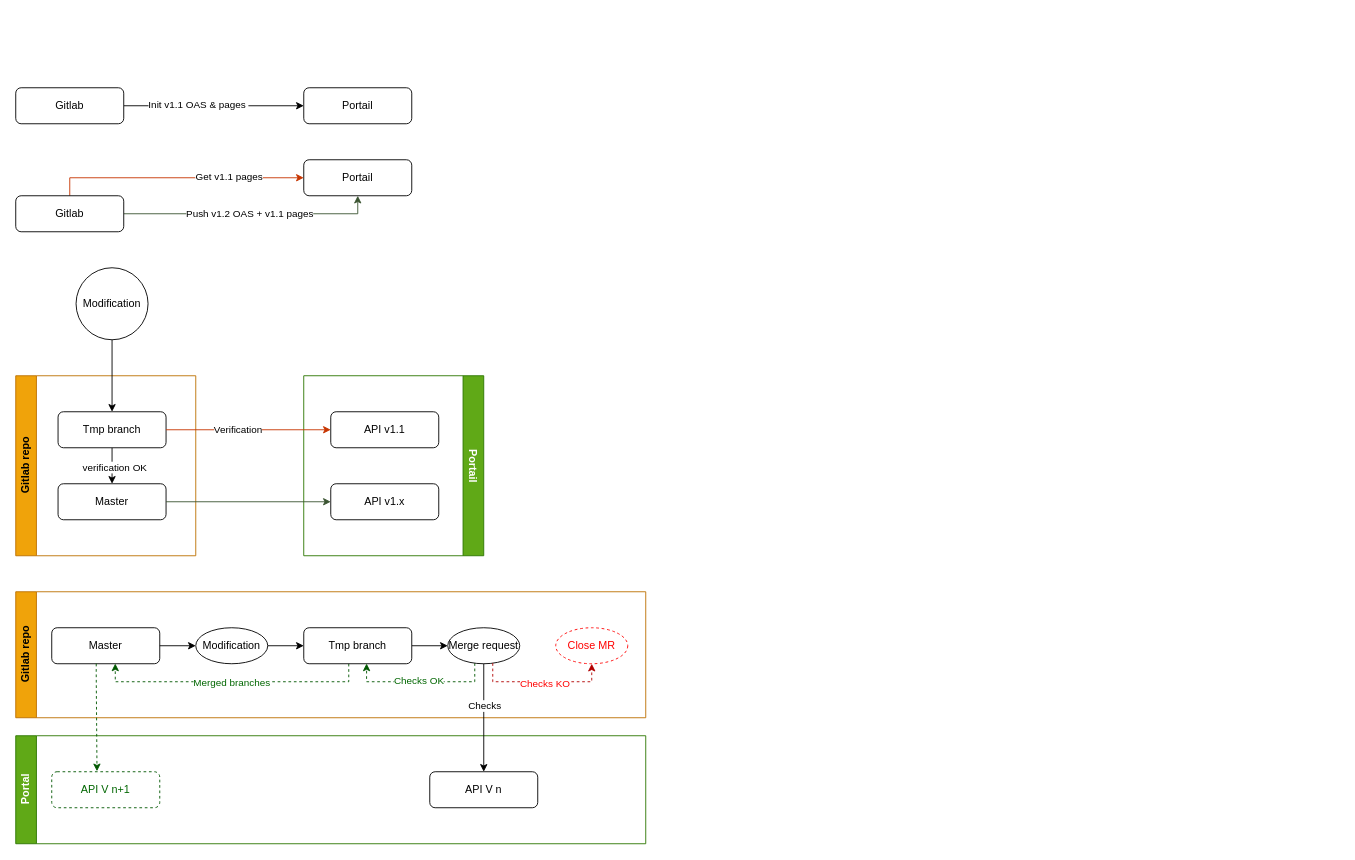
41M3/draw.io keeps this draw.io diagram as page "Page-3" (3 of 3) of Pronovix-cicd-implementation.drawio. Above is the earlier version. Source tidied: cells renumbered, new cells numbered last; positions are measured from the earlier drawing's top-left corner, leaving out a move shared by most shapes. Both pictures are drawn from the tidied source at 90%, with x=0, y=0 at pixel (15, 87). Pictures stored in the file or linked from it are replaced by grey dashed boxes.
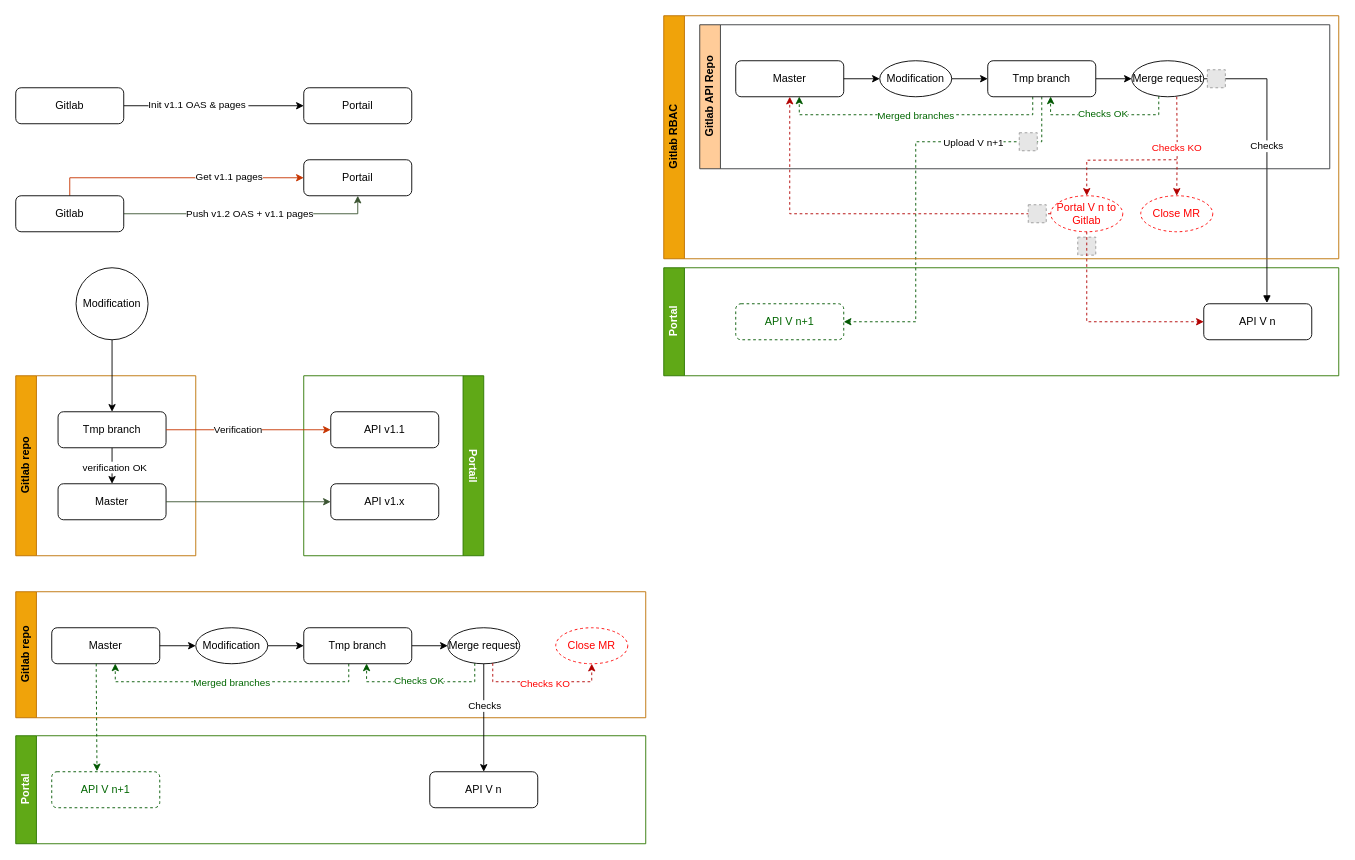
After the change.

Commit message:
Mettre à jour Pronovix-cicd-implementation.drawio

Change to the diagram source:
```diff
@@
+    <mxCell id="45" value="Portal" style="swimlane;horizontal=0;whiteSpace=wrap;html=1;rotation=0;fillColor=#60a917;fontColor=#ffffff;strokeColor=#2D7600;" parent="1" vertex="1">
+      <mxGeometry x="720" y="200" width="750" height="120" as="geometry" />
+    </mxCell>
+    <mxCell id="46" value="&lt;font&gt;API V n+1&lt;/font&gt;" style="rounded=1;whiteSpace=wrap;html=1;dashed=1;fillColor=#FFFFFF;fontColor=#006600;strokeColor=#005700;" parent="45" vertex="1">
+      <mxGeometry x="80" y="40" width="120" height="40" as="geometry" />
+    </mxCell>
+    <mxCell id="47" value="API V n" style="rounded=1;whiteSpace=wrap;html=1;" parent="45" vertex="1">
+      <mxGeometry x="600" y="40" width="120" height="40" as="geometry" />
+    </mxCell>
+    <mxCell id="48" style="edgeStyle=orthogonalEdgeStyle;rounded=0;jettySize=auto;html=1;entryX=1;entryY=0.5;entryDx=0;entryDy=0;exitX=0.5;exitY=1;exitDx=0;exitDy=0;dashed=1;fillColor=#008a00;strokeColor=#005700;" parent="1" edge="1" source="57" target="46">
+      <mxGeometry relative="1" as="geometry">
+        <Array as="points">
+          <mxPoint x="1140" y="60" />
+          <mxPoint x="1000" y="60" />
+          <mxPoint x="1000" y="260" />
+        </Array>
+      </mxGeometry>
+    </mxCell>
+    <mxCell id="49" value="Upload V n+1" style="edgeLabel;html=1;align=center;verticalAlign=middle;" parent="48" vertex="1">
+      <mxGeometry x="-0.46" relative="1" as="geometry" />
+    </mxCell>
+    <mxCell id="50" style="edgeStyle=orthogonalEdgeStyle;rounded=0;jettySize=auto;html=1;entryX=1;entryY=0.5;entryDx=0;entryDy=0;exitX=0.585;exitY=-0.02;exitDx=0;exitDy=0;exitPerimeter=0;startArrow=block;startFill=1;endArrow=none;endFill=0;" parent="1" edge="1" source="47" target="61">
+      <mxGeometry relative="1" as="geometry">
+        <Array as="points">
+          <mxPoint x="1390" y="-10" />
+        </Array>
+      </mxGeometry>
+    </mxCell>
+    <mxCell id="51" value="Checks" style="edgeLabel;html=1;align=center;verticalAlign=middle;" parent="50" vertex="1">
+      <mxGeometry x="0.12" y="1" relative="1" as="geometry">
+        <mxPoint y="4" as="offset" />
+      </mxGeometry>
+    </mxCell>
+    <mxCell id="52" value="Gitlab RBAC" style="swimlane;horizontal=0;whiteSpace=wrap;html=1;fillColor=#f0a30a;fontColor=#000000;strokeColor=#BD7000;" parent="1" vertex="1">
+      <mxGeometry x="720" y="-80" width="750" height="270" as="geometry" />
+    </mxCell>
+    <mxCell id="53" value="Gitlab API Repo" style="swimlane;horizontal=0;whiteSpace=wrap;html=1;fillColor=#ffcc99;strokeColor=#36393d;" parent="52" vertex="1">
+      <mxGeometry x="40" y="10" width="700" height="160" as="geometry" />
+    </mxCell>
+    <mxCell id="54" style="edgeStyle=orthogonalEdgeStyle;rounded=0;jettySize=auto;html=1;entryX=0.588;entryY=0.994;entryDx=0;entryDy=0;entryPerimeter=0;dashed=1;fillColor=#008a00;strokeColor=#005700;" parent="53" edge="1" source="57" target="58">
+      <mxGeometry relative="1" as="geometry">
+        <Array as="points">
+          <mxPoint x="370" y="100" />
+          <mxPoint x="110" y="100" />
+          <mxPoint x="110" y="80" />
+        </Array>
+      </mxGeometry>
+    </mxCell>
+    <mxCell id="55" value="Merged branches" style="edgeLabel;html=1;align=center;verticalAlign=middle;fontColor=#006600;" parent="54" vertex="1">
+      <mxGeometry x="0.01" relative="1" as="geometry" />
+    </mxCell>
+    <mxCell id="56" style="edgeStyle=orthogonalEdgeStyle;rounded=0;jettySize=auto;html=1;entryX=0;entryY=0.5;entryDx=0;entryDy=0;" parent="53" edge="1" source="57" target="61">
+      <mxGeometry relative="1" as="geometry" />
+    </mxCell>
+    <mxCell id="57" value="Tmp branch" style="rounded=1;whiteSpace=wrap;html=1;" parent="53" vertex="1">
+      <mxGeometry x="320" y="40" width="120" height="40" as="geometry" />
+    </mxCell>
+    <mxCell id="58" value="Master" style="rounded=1;whiteSpace=wrap;html=1;" parent="53" vertex="1">
+      <mxGeometry x="40" y="40" width="120" height="40" as="geometry" />
+    </mxCell>
+    <mxCell id="59" style="edgeStyle=orthogonalEdgeStyle;rounded=0;jettySize=auto;html=1;entryX=0.582;entryY=0.993;entryDx=0;entryDy=0;entryPerimeter=0;dashed=1;fillColor=#008a00;strokeColor=#005700;" parent="53" edge="1" source="61" target="57">
+      <mxGeometry relative="1" as="geometry">
+        <Array as="points">
+          <mxPoint x="510" y="100" />
+          <mxPoint x="390" y="100" />
+          <mxPoint x="390" y="80" />
+        </Array>
+      </mxGeometry>
+    </mxCell>
+    <mxCell id="60" value="Checks OK" style="edgeLabel;html=1;align=center;verticalAlign=middle;fontColor=#006600;" parent="59" vertex="1">
+      <mxGeometry x="0.03" y="-2" relative="1" as="geometry" />
+    </mxCell>
+    <mxCell id="61" value="Merge request" style="ellipse;whiteSpace=wrap;html=1;" parent="53" vertex="1">
+      <mxGeometry x="480" y="40" width="80" height="40" as="geometry" />
+    </mxCell>
+    <mxCell id="62" value="Modification" style="ellipse;whiteSpace=wrap;html=1;" parent="53" vertex="1">
+      <mxGeometry x="200" y="40" width="80" height="40" as="geometry" />
+    </mxCell>
+    <mxCell id="63" style="edgeStyle=orthogonalEdgeStyle;rounded=0;jettySize=auto;html=1;entryX=0;entryY=0.5;entryDx=0;entryDy=0;" parent="53" edge="1" source="62" target="57">
+      <mxGeometry relative="1" as="geometry" />
+    </mxCell>
+    <mxCell id="64" style="edgeStyle=orthogonalEdgeStyle;rounded=0;jettySize=auto;html=1;entryX=0;entryY=0.5;entryDx=0;entryDy=0;" parent="53" edge="1" source="58" target="62">
+      <mxGeometry relative="1" as="geometry" />
+    </mxCell>
+    <mxCell id="65" style="edgeStyle=orthogonalEdgeStyle;rounded=0;jettySize=auto;html=1;dashed=1;fillColor=#e51400;strokeColor=#B20000;exitX=0.5;exitY=1;exitDx=0;exitDy=0;entryX=0.5;entryY=0;entryDx=0;entryDy=0;" parent="53" edge="1" target="69">
+      <mxGeometry relative="1" as="geometry">
+        <mxPoint x="530" y="80" as="sourcePoint" />
+      </mxGeometry>
+    </mxCell>
+    <mxCell id="66" value="&lt;font color=&quot;#ff0000&quot;&gt;Checks KO&lt;/font&gt;" style="edgeLabel;html=1;align=center;verticalAlign=middle;" parent="65" vertex="1">
+      <mxGeometry x="0.03" y="-1" relative="1" as="geometry" />
+    </mxCell>
+    <mxCell id="67" style="fillColor=#E6E6E6;strokeColor=#999999;dashed=1;verticalLabelPosition=bottom;labelBackgroundColor=default;verticalAlign=top;fontColor=#7F00FF;" parent="53" vertex="1">
+      <mxGeometry x="564" y="50" width="20" height="20" as="geometry" />
+    </mxCell>
+    <mxCell id="68" style="fillColor=#E6E6E6;strokeColor=#999999;dashed=1;verticalLabelPosition=bottom;labelBackgroundColor=default;verticalAlign=top;fontColor=#7F00FF;" parent="53" vertex="1">
+      <mxGeometry x="355" y="120" width="20" height="20" as="geometry" />
+    </mxCell>
+    <mxCell id="69" value="&lt;font color=&quot;#ff0000&quot;&gt;Close MR&lt;/font&gt;" style="ellipse;whiteSpace=wrap;html=1;dashed=1;strokeColor=#FF0000;" parent="52" vertex="1">
+      <mxGeometry x="530" y="200" width="80" height="40" as="geometry" />
+    </mxCell>
+    <mxCell id="70" value="Portal V n to Gitlab" style="ellipse;whiteSpace=wrap;html=1;strokeColor=#FF0000;dashed=1;fontColor=#FF0000;" parent="52" vertex="1">
+      <mxGeometry x="430" y="200" width="80" height="40" as="geometry" />
+    </mxCell>
+    <mxCell id="71" style="edgeStyle=orthogonalEdgeStyle;rounded=0;jettySize=auto;html=1;dashed=1;fillColor=#e51400;strokeColor=#B20000;entryX=0.5;entryY=0;entryDx=0;entryDy=0;" parent="52" edge="1" target="70">
+      <mxGeometry relative="1" as="geometry">
+        <mxPoint x="570" y="160" as="sourcePoint" />
+      </mxGeometry>
+    </mxCell>
+    <mxCell id="72" style="edgeStyle=orthogonalEdgeStyle;rounded=0;jettySize=auto;html=1;dashed=1;fillColor=#e51400;strokeColor=#B20000;exitX=0;exitY=0.5;exitDx=0;exitDy=0;entryX=0.5;entryY=1;entryDx=0;entryDy=0;" parent="52" edge="1" source="70" target="58">
+      <mxGeometry relative="1" as="geometry" />
+    </mxCell>
+    <mxCell id="73" style="fillColor=#E6E6E6;strokeColor=#999999;dashed=1;verticalLabelPosition=bottom;labelBackgroundColor=default;verticalAlign=top;fontColor=#7F00FF;" parent="52" vertex="1">
+      <mxGeometry x="405" y="210" width="20" height="20" as="geometry" />
+    </mxCell>
+    <mxCell id="74" style="fillColor=#E6E6E6;strokeColor=#999999;dashed=1;verticalLabelPosition=bottom;labelBackgroundColor=default;verticalAlign=top;fontColor=#7F00FF;" parent="52" vertex="1">
+      <mxGeometry x="460" y="246" width="20" height="20" as="geometry" />
+    </mxCell>
+    <mxCell id="75" style="edgeStyle=orthogonalEdgeStyle;rounded=0;jettySize=auto;html=1;dashed=1;fillColor=#e51400;strokeColor=#B20000;exitX=0.5;exitY=1;exitDx=0;exitDy=0;entryX=0;entryY=0.5;entryDx=0;entryDy=0;" parent="1" edge="1" source="70" target="47">
+      <mxGeometry relative="1" as="geometry">
+        <Array as="points">
+          <mxPoint x="1190" y="260" />
+        </Array>
+      </mxGeometry>
+    </mxCell>
```
